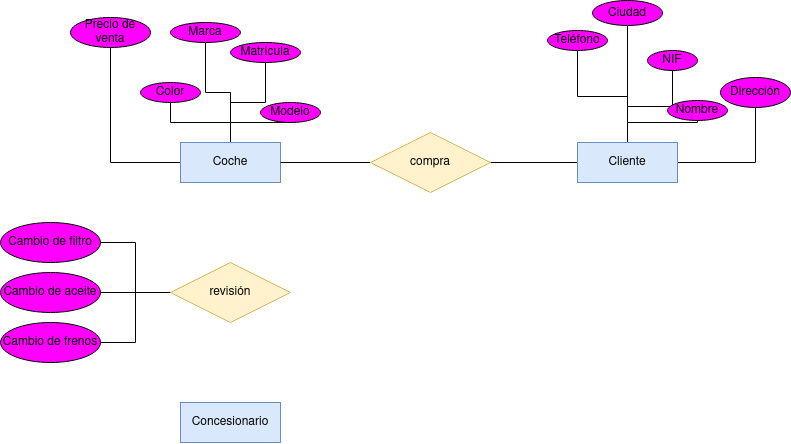
The draw.io diagram Unidad-1/Tareas/Tarea-6/Diagrama Tarea 7.drawio.png in RafaelMayor/base-datos, before a commit. Source tidied: cells renumbered, new cells last; positions are measured from the earlier drawing's top-left corner, leaving out a move shared by most shapes.
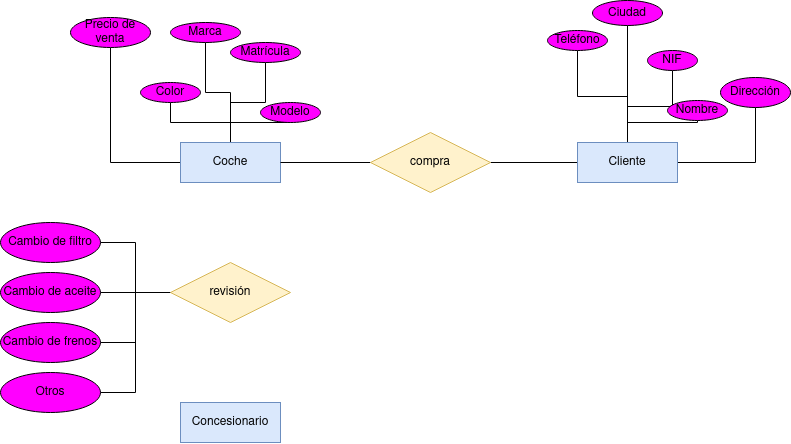
After the commit.

What changed in the source:
```diff
@@ -83,6 +83,9 @@
     <mxCell id="28" style="edgeStyle=orthogonalEdgeStyle;rounded=0;jettySize=auto;html=1;entryX=1;entryY=0.5;entryDx=0;entryDy=0;endArrow=none;endFill=0;" parent="1" edge="1" source="29" target="32">
       <mxGeometry relative="1" as="geometry" />
     </mxCell>
+    <mxCell id="35" style="edgeStyle=orthogonalEdgeStyle;rounded=0;jettySize=auto;html=1;entryX=1;entryY=0.5;entryDx=0;entryDy=0;endArrow=none;endFill=0;" parent="1" edge="1" source="29" target="36">
+      <mxGeometry relative="1" as="geometry" />
+    </mxCell>
     <mxCell id="29" value="revisión" style="shape=rhombus;perimeter=rhombusPerimeter;whiteSpace=wrap;html=1;align=center;fillColor=#fff2cc;strokeColor=#d6b656;" parent="1" vertex="1">
       <mxGeometry x="170" y="262" width="120" height="60" as="geometry" />
     </mxCell>
@@ -101,5 +104,8 @@
     <mxCell id="34" value="compra" style="shape=rhombus;perimeter=rhombusPerimeter;whiteSpace=wrap;html=1;align=center;fillColor=#fff2cc;strokeColor=#d6b656;" parent="1" vertex="1">
       <mxGeometry x="370" y="132" width="120" height="60" as="geometry" />
     </mxCell>
+    <mxCell id="36" value="Otros" style="ellipse;whiteSpace=wrap;html=1;align=center;fillColor=#FF00FF;" parent="1" vertex="1">
+      <mxGeometry y="372" width="100" height="40" as="geometry" />
+    </mxCell>
   </root>
 </mxGraphModel>
```
